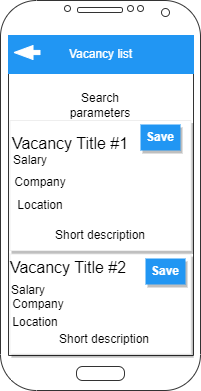
The draw.io diagram Mockups/VacancyList.drawio.png in NikitunPVLK/JobSeeker, before a commit. Source tidied: cells renumbered, new cells last; positions are measured from the earlier drawing's top-left corner, leaving out a move shared by most shapes. Source of this version:
```xml
<mxGraphModel>
  <root>
    <mxCell id="0" />
    <mxCell id="1" parent="0" />
    <mxCell id="2" style="verticalLabelPosition=bottom;verticalAlign=top;html=1;shadow=0;dashed=0;strokeWidth=1;shape=mxgraph.android.phone2;strokeColor=#333333;" parent="1" vertex="1">
      <mxGeometry width="200" height="390" as="geometry" />
    </mxCell>
    <mxCell id="3" style="dashed=0;shape=rect;fillColor=#ffffff;strokeColor=#eeeeee;shadow=1;fontColor=#000000;fontSize=24;fontStyle=0;verticalAlign=top;spacingBottom=0;spacingLeft=16;spacingTop=15;align=left;whiteSpace=wrap;html=1;" parent="1" vertex="1">
      <mxGeometry x="9.5" y="120" width="181" height="130" as="geometry" />
    </mxCell>
    <mxCell id="4" value="&lt;font style=&quot;font-size: 16px;&quot;&gt;Vacancy Title #1&lt;/font&gt;" style="text;html=1;strokeColor=none;fillColor=none;align=center;verticalAlign=middle;whiteSpace=wrap;rounded=0;" parent="3" vertex="1">
      <mxGeometry width="120" height="45.3" as="geometry" />
    </mxCell>
    <mxCell id="5" value="Salary" style="text;html=1;strokeColor=none;fillColor=none;align=center;verticalAlign=middle;whiteSpace=wrap;rounded=0;" parent="3" vertex="1">
      <mxGeometry y="30" width="40.5" height="20" as="geometry" />
    </mxCell>
    <mxCell id="6" value="Company" style="text;html=1;strokeColor=none;fillColor=none;align=center;verticalAlign=middle;whiteSpace=wrap;rounded=0;" parent="3" vertex="1">
      <mxGeometry y="50" width="60" height="23.1" as="geometry" />
    </mxCell>
    <mxCell id="7" value="Location" style="text;html=1;strokeColor=none;fillColor=none;align=center;verticalAlign=middle;whiteSpace=wrap;rounded=0;" parent="3" vertex="1">
      <mxGeometry x="5" y="73.1" width="50" height="23.6" as="geometry" />
    </mxCell>
    <mxCell id="8" value="Short description" style="text;html=1;strokeColor=none;fillColor=none;align=center;verticalAlign=middle;whiteSpace=wrap;rounded=0;" parent="3" vertex="1">
      <mxGeometry x="35.5" y="100" width="110" height="30" as="geometry" />
    </mxCell>
    <mxCell id="9" value="Save" style="whiteSpace=wrap;html=1;dashed=0;align=center;fontSize=12;shape=rect;fillColor=#2196F3;strokeColor=none;fontStyle=1;shadow=1;fontColor=#ffffff;" parent="3" vertex="1">
      <mxGeometry x="130.5" y="4" width="40" height="26" as="geometry" />
    </mxCell>
    <mxCell id="10" style="dashed=0;shape=rect;fillColor=#ffffff;strokeColor=#eeeeee;shadow=1;fontColor=#000000;fontSize=24;fontStyle=0;verticalAlign=top;spacingBottom=0;spacingLeft=16;spacingTop=15;align=left;whiteSpace=wrap;html=1;" parent="1" vertex="1">
      <mxGeometry x="9.5" y="253.6" width="181" height="100" as="geometry" />
    </mxCell>
    <mxCell id="11" value="Search parameters" style="text;html=1;strokeColor=none;fillColor=none;align=center;verticalAlign=middle;whiteSpace=wrap;rounded=0;" parent="1" vertex="1">
      <mxGeometry x="70" y="90" width="60" height="30" as="geometry" />
    </mxCell>
    <mxCell id="12" value="Vacancy list" style="rounded=0;whiteSpace=wrap;html=1;fillColor=#2196F3;fontColor=#FFFFFF;strokeColor=#2196F3;" parent="1" vertex="1">
      <mxGeometry x="8" y="35" width="185" height="38" as="geometry" />
    </mxCell>
    <mxCell id="13" style="shape=flexArrow;endArrow=classic;html=1;rounded=0;endWidth=8.8;endSize=6.011627906976745;width=4.186046511627907;strokeColor=#FFFFFF;fillColor=default;" parent="1" edge="1">
      <mxGeometry relative="1" as="geometry">
        <mxPoint x="40" y="52" as="sourcePoint" />
        <mxPoint x="13" y="52" as="targetPoint" />
      </mxGeometry>
    </mxCell>
    <mxCell id="14" value="Short description" style="text;html=1;strokeColor=none;fillColor=none;align=center;verticalAlign=middle;whiteSpace=wrap;rounded=0;" parent="1" vertex="1">
      <mxGeometry x="49" y="323.6" width="110" height="30" as="geometry" />
    </mxCell>
    <mxCell id="15" value="Location" style="text;html=1;strokeColor=none;fillColor=none;align=center;verticalAlign=middle;whiteSpace=wrap;rounded=0;" parent="1" vertex="1">
      <mxGeometry x="9.5" y="310" width="50" height="23.6" as="geometry" />
    </mxCell>
    <mxCell id="16" value="Company" style="text;html=1;strokeColor=none;fillColor=none;align=center;verticalAlign=middle;whiteSpace=wrap;rounded=0;" parent="1" vertex="1">
      <mxGeometry x="8" y="292.1" width="60" height="23.1" as="geometry" />
    </mxCell>
    <mxCell id="17" value="Salary" style="text;html=1;strokeColor=none;fillColor=none;align=center;verticalAlign=middle;whiteSpace=wrap;rounded=0;" parent="1" vertex="1">
      <mxGeometry x="8" y="280" width="40.5" height="20" as="geometry" />
    </mxCell>
    <mxCell id="18" value="&lt;font style=&quot;font-size: 16px;&quot;&gt;Vacancy Title #2&lt;/font&gt;" style="text;html=1;strokeColor=none;fillColor=none;align=center;verticalAlign=middle;whiteSpace=wrap;rounded=0;" parent="1" vertex="1">
      <mxGeometry x="8" y="244.6" width="120" height="45.3" as="geometry" />
    </mxCell>
    <mxCell id="19" value="Save" style="whiteSpace=wrap;html=1;dashed=0;align=center;fontSize=12;shape=rect;fillColor=#2196F3;strokeColor=none;fontStyle=1;shadow=1;fontColor=#ffffff;" parent="1" vertex="1">
      <mxGeometry x="145" y="258" width="40" height="26" as="geometry" />
    </mxCell>
  </root>
</mxGraphModel>
```
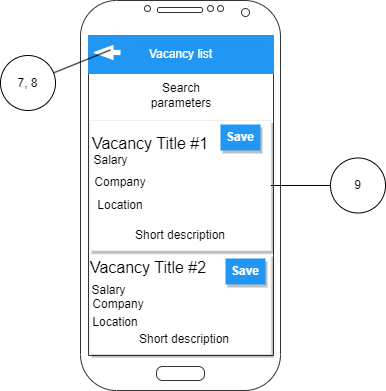
Above is the later version.

The edit, as a diff of the source:
```diff
@@ -30,7 +30,7 @@
       <mxGeometry x="9.5" y="253.6" width="181" height="100" as="geometry" />
     </mxCell>
     <mxCell id="11" value="Search parameters" style="text;html=1;strokeColor=none;fillColor=none;align=center;verticalAlign=middle;whiteSpace=wrap;rounded=0;" parent="1" vertex="1">
-      <mxGeometry x="70" y="90" width="60" height="30" as="geometry" />
+      <mxGeometry x="70.5" y="80" width="60" height="30" as="geometry" />
     </mxCell>
     <mxCell id="12" value="Vacancy list" style="rounded=0;whiteSpace=wrap;html=1;fillColor=#2196F3;fontColor=#FFFFFF;strokeColor=#2196F3;" parent="1" vertex="1">
       <mxGeometry x="8" y="35" width="185" height="38" as="geometry" />
@@ -59,5 +59,19 @@
     <mxCell id="19" value="Save" style="whiteSpace=wrap;html=1;dashed=0;align=center;fontSize=12;shape=rect;fillColor=#2196F3;strokeColor=none;fontStyle=1;shadow=1;fontColor=#ffffff;" parent="1" vertex="1">
       <mxGeometry x="145" y="258" width="40" height="26" as="geometry" />
     </mxCell>
+    <mxCell id="20" style="endArrow=none;html=1;rounded=0;" parent="1" edge="1" source="21">
+      <mxGeometry relative="1" as="geometry">
+        <mxPoint x="30" y="49.4" as="targetPoint" />
+      </mxGeometry>
+    </mxCell>
+    <mxCell id="21" value="7, 8" style="ellipse;whiteSpace=wrap;html=1;" parent="1" vertex="1">
+      <mxGeometry x="-80" y="55" width="55" height="55" as="geometry" />
+    </mxCell>
+    <mxCell id="22" value="9" style="ellipse;whiteSpace=wrap;html=1;" parent="1" vertex="1">
+      <mxGeometry x="250" y="157.5" width="55" height="55" as="geometry" />
+    </mxCell>
+    <mxCell id="23" style="endArrow=none;html=1;rounded=0;exitX=0;exitY=0.5;exitDx=0;exitDy=0;" parent="1" edge="1" source="22" target="3">
+      <mxGeometry relative="1" as="geometry" />
+    </mxCell>
   </root>
 </mxGraphModel>
```
